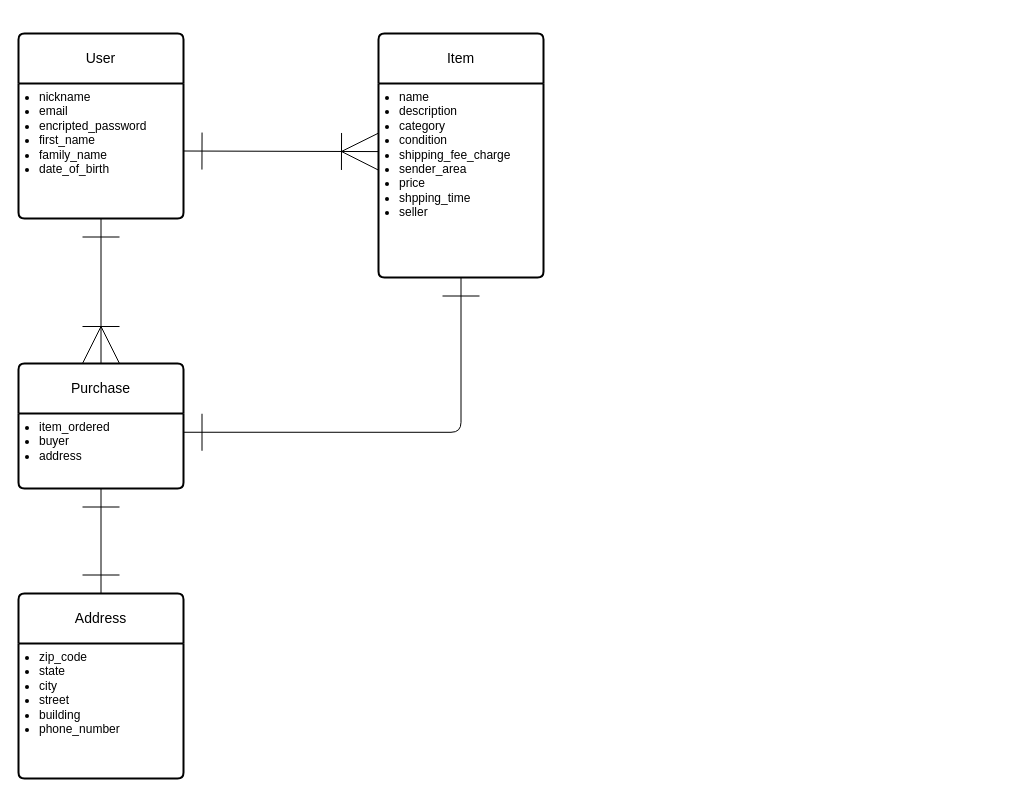
Above: furima.dio in origami-eng/furima-42544 (draw.io), before the change. Source tidied: cells renumbered, new cells numbered last; positions are measured from the earlier drawing's top-left corner, leaving out a move shared by most shapes. Both pictures are drawn from the tidied source at 100%, with x=0, y=0 at pixel (18, 33).
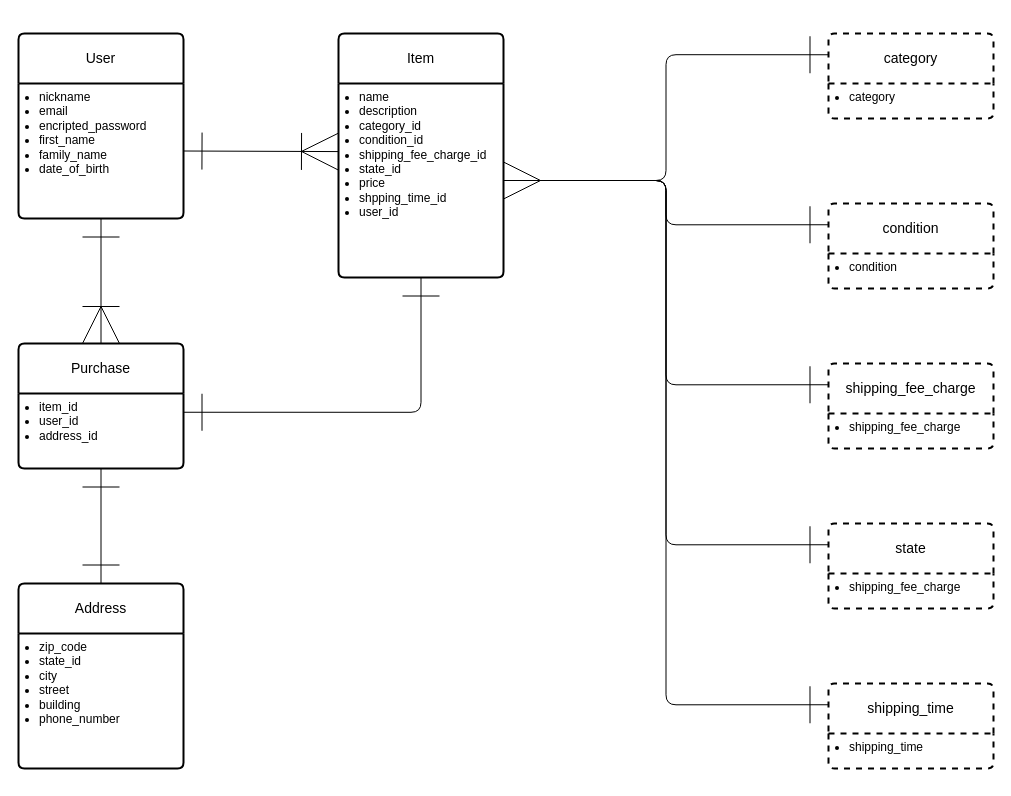
The same page after the edit.

Change to the diagram source:
```diff
@@
     <mxCell id="4" value="Item" style="swimlane;horizontal=1;startSize=50;rounded=1;fontSize=14;fontStyle=0;strokeWidth=2;shadow=0;dashed=0;align=center;arcSize=4;html=1;whiteSpace=wrap;labelBackgroundColor=none;fixDash=0;" parent="1" vertex="1">
-      <mxGeometry x="360" width="165" height="244" as="geometry" />
+      <mxGeometry x="320" width="165" height="244" as="geometry" />
     </mxCell>
-    <mxCell id="5" value="&lt;ul style=&quot;padding-left: 15px; margin-top: 0px;&quot;&gt;&lt;li&gt;&lt;font style=&quot;color: rgb(0, 0, 0);&quot;&gt;name&lt;/font&gt;&lt;/li&gt;&lt;li&gt;&lt;font style=&quot;color: rgb(0, 0, 0);&quot;&gt;description&lt;/font&gt;&lt;/li&gt;&lt;li&gt;&lt;font style=&quot;color: rgb(0, 0, 0);&quot;&gt;category&lt;/font&gt;&lt;/li&gt;&lt;li&gt;&lt;font style=&quot;color: rgb(0, 0, 0);&quot;&gt;condition&lt;/font&gt;&lt;/li&gt;&lt;li&gt;&lt;font style=&quot;color: rgb(0, 0, 0);&quot;&gt;shipping_fee_charge&lt;/font&gt;&lt;/li&gt;&lt;li&gt;&lt;font style=&quot;color: rgb(0, 0, 0);&quot;&gt;sender_area&lt;/font&gt;&lt;/li&gt;&lt;li&gt;&lt;font style=&quot;color: rgb(0, 0, 0);&quot;&gt;price&lt;/font&gt;&lt;/li&gt;&lt;li&gt;&lt;font style=&quot;color: rgb(0, 0, 0);&quot;&gt;shpping_time&lt;/font&gt;&lt;/li&gt;&lt;li&gt;&lt;font style=&quot;color: rgb(0, 0, 0);&quot;&gt;seller&lt;/font&gt;&lt;/li&gt;&lt;/ul&gt;" style="align=left;strokeColor=none;fillColor=none;spacingLeft=4;fontSize=12;verticalAlign=top;html=1;" parent="4" vertex="1">
+    <mxCell id="5" value="&lt;ul style=&quot;padding-left: 15px; margin-top: 0px;&quot;&gt;&lt;li&gt;&lt;font style=&quot;color: rgb(0, 0, 0);&quot;&gt;name&lt;/font&gt;&lt;/li&gt;&lt;li&gt;&lt;font style=&quot;color: rgb(0, 0, 0);&quot;&gt;description&lt;/font&gt;&lt;/li&gt;&lt;li&gt;&lt;font style=&quot;color: rgb(0, 0, 0);&quot;&gt;category_id&lt;/font&gt;&lt;/li&gt;&lt;li&gt;&lt;font style=&quot;color: rgb(0, 0, 0);&quot;&gt;condition_id&lt;/font&gt;&lt;/li&gt;&lt;li&gt;&lt;font style=&quot;color: rgb(0, 0, 0);&quot;&gt;shipping_fee_charge_id&lt;/font&gt;&lt;/li&gt;&lt;li&gt;&lt;font style=&quot;color: rgb(0, 0, 0);&quot;&gt;state_id&lt;/font&gt;&lt;/li&gt;&lt;li&gt;&lt;font style=&quot;color: rgb(0, 0, 0);&quot;&gt;price&lt;/font&gt;&lt;/li&gt;&lt;li&gt;&lt;font style=&quot;color: rgb(0, 0, 0);&quot;&gt;shpping_time_id&lt;/font&gt;&lt;/li&gt;&lt;li&gt;&lt;font style=&quot;color: rgb(0, 0, 0);&quot;&gt;user_id&lt;/font&gt;&lt;/li&gt;&lt;/ul&gt;" style="align=left;strokeColor=none;fillColor=none;spacingLeft=4;fontSize=12;verticalAlign=top;html=1;" parent="4" vertex="1">
       <mxGeometry y="50" width="165" height="194" as="geometry" />
     </mxCell>
     <mxCell id="6" value="Purchase" style="swimlane;horizontal=1;startSize=50;rounded=1;fontSize=14;fontStyle=0;strokeWidth=2;shadow=0;dashed=0;align=center;arcSize=4;html=1;whiteSpace=wrap;labelBackgroundColor=none;fixDash=0;" parent="1" vertex="1">
-      <mxGeometry y="330" width="165" height="125" as="geometry" />
+      <mxGeometry y="310" width="165" height="125" as="geometry" />
     </mxCell>
-    <mxCell id="7" value="&lt;ul style=&quot;padding-left: 15px; margin-top: 0px;&quot;&gt;&lt;li&gt;&lt;font color=&quot;#000000&quot;&gt;item_ordered&lt;/font&gt;&lt;/li&gt;&lt;li&gt;&lt;font color=&quot;#000000&quot;&gt;buyer&lt;/font&gt;&lt;/li&gt;&lt;li&gt;&lt;font style=&quot;color: rgb(0, 0, 0);&quot;&gt;address&lt;/font&gt;&lt;/li&gt;&lt;/ul&gt;" style="align=left;strokeColor=none;fillColor=none;spacingLeft=4;fontSize=12;verticalAlign=top;html=1;" parent="6" vertex="1">
+    <mxCell id="7" value="&lt;ul style=&quot;padding-left: 15px; margin-top: 0px;&quot;&gt;&lt;li&gt;&lt;font color=&quot;#000000&quot;&gt;item_id&lt;/font&gt;&lt;/li&gt;&lt;li&gt;&lt;font color=&quot;#000000&quot;&gt;user_id&lt;/font&gt;&lt;/li&gt;&lt;li&gt;&lt;font style=&quot;color: rgb(0, 0, 0);&quot;&gt;address_id&lt;/font&gt;&lt;/li&gt;&lt;/ul&gt;" style="align=left;strokeColor=none;fillColor=none;spacingLeft=4;fontSize=12;verticalAlign=top;html=1;" parent="6" vertex="1">
       <mxGeometry y="50" width="165" height="75" as="geometry" />
     </mxCell>
     <mxCell id="8" value="Address" style="swimlane;horizontal=1;startSize=50;rounded=1;fontSize=14;fontStyle=0;strokeWidth=2;shadow=0;dashed=0;align=center;arcSize=4;html=1;whiteSpace=wrap;labelBackgroundColor=none;fixDash=0;" parent="1" vertex="1">
-      <mxGeometry y="560" width="165" height="185" as="geometry" />
+      <mxGeometry y="550" width="165" height="185" as="geometry" />
     </mxCell>
-    <mxCell id="9" value="&lt;ul style=&quot;padding-left: 15px; margin-top: 0px;&quot;&gt;&lt;li&gt;&lt;span style=&quot;background-color: transparent;&quot;&gt;&lt;font color=&quot;#000000&quot;&gt;zip_code&lt;/font&gt;&lt;/span&gt;&lt;/li&gt;&lt;li&gt;&lt;font style=&quot;color: rgb(0, 0, 0);&quot;&gt;state&lt;/font&gt;&lt;/li&gt;&lt;li&gt;&lt;font style=&quot;color: rgb(0, 0, 0);&quot;&gt;city&lt;/font&gt;&lt;/li&gt;&lt;li&gt;&lt;font style=&quot;color: rgb(0, 0, 0);&quot;&gt;street&lt;/font&gt;&lt;/li&gt;&lt;li&gt;&lt;font style=&quot;color: rgb(0, 0, 0);&quot;&gt;building&lt;/font&gt;&lt;/li&gt;&lt;li&gt;&lt;font style=&quot;color: rgb(0, 0, 0);&quot;&gt;phone_number&lt;/font&gt;&lt;/li&gt;&lt;/ul&gt;" style="align=left;strokeColor=none;fillColor=none;spacingLeft=4;fontSize=12;verticalAlign=top;html=1;" parent="8" vertex="1">
+    <mxCell id="9" value="&lt;ul style=&quot;padding-left: 15px; margin-top: 0px;&quot;&gt;&lt;li&gt;&lt;span style=&quot;background-color: transparent;&quot;&gt;&lt;font color=&quot;#000000&quot;&gt;zip_code&lt;/font&gt;&lt;/span&gt;&lt;/li&gt;&lt;li&gt;&lt;font style=&quot;color: rgb(0, 0, 0);&quot;&gt;state_id&lt;/font&gt;&lt;/li&gt;&lt;li&gt;&lt;font style=&quot;color: rgb(0, 0, 0);&quot;&gt;city&lt;/font&gt;&lt;/li&gt;&lt;li&gt;&lt;font style=&quot;color: rgb(0, 0, 0);&quot;&gt;street&lt;/font&gt;&lt;/li&gt;&lt;li&gt;&lt;font style=&quot;color: rgb(0, 0, 0);&quot;&gt;building&lt;/font&gt;&lt;/li&gt;&lt;li&gt;&lt;font style=&quot;color: rgb(0, 0, 0);&quot;&gt;phone_number&lt;/font&gt;&lt;/li&gt;&lt;/ul&gt;" style="align=left;strokeColor=none;fillColor=none;spacingLeft=4;fontSize=12;verticalAlign=top;html=1;" parent="8" vertex="1">
       <mxGeometry y="50" width="165" height="135" as="geometry" />
     </mxCell>
@@
+    <mxCell id="14" value="category" style="swimlane;horizontal=1;startSize=50;rounded=1;fontSize=14;fontStyle=0;strokeWidth=2;shadow=0;dashed=1;align=center;arcSize=4;html=1;whiteSpace=wrap;labelBackgroundColor=none;fixDash=0;" parent="1" vertex="1">
+      <mxGeometry x="810" width="165" height="85" as="geometry" />
+    </mxCell>
+    <mxCell id="15" value="&lt;ul style=&quot;padding-left: 15px; margin-top: 0px;&quot;&gt;&lt;li&gt;&lt;font color=&quot;#000000&quot;&gt;category&lt;/font&gt;&lt;/li&gt;&lt;/ul&gt;" style="align=left;strokeColor=none;fillColor=none;spacingLeft=4;fontSize=12;verticalAlign=top;html=1;" parent="14" vertex="1">
+      <mxGeometry y="50" width="165" height="35" as="geometry" />
+    </mxCell>
+    <mxCell id="16" style="edgeStyle=orthogonalEdgeStyle;html=1;exitX=0;exitY=0.25;exitDx=0;exitDy=0;entryX=1;entryY=0.5;entryDx=0;entryDy=0;endArrow=none;endFill=0;startArrow=ERone;startFill=0;endSize=6;startSize=35;" parent="1" edge="1" source="17" target="5">
+      <mxGeometry relative="1" as="geometry" />
+    </mxCell>
+    <mxCell id="17" value="condition" style="swimlane;horizontal=1;startSize=50;rounded=1;fontSize=14;fontStyle=0;strokeWidth=2;shadow=0;dashed=1;align=center;arcSize=4;html=1;whiteSpace=wrap;labelBackgroundColor=none;fixDash=0;" parent="1" vertex="1">
+      <mxGeometry x="810" y="170" width="165" height="85" as="geometry" />
+    </mxCell>
+    <mxCell id="18" value="&lt;ul style=&quot;padding-left: 15px; margin-top: 0px;&quot;&gt;&lt;li&gt;&lt;font color=&quot;#000000&quot;&gt;condition&lt;/font&gt;&lt;/li&gt;&lt;/ul&gt;" style="align=left;strokeColor=none;fillColor=none;spacingLeft=4;fontSize=12;verticalAlign=top;html=1;" parent="17" vertex="1">
+      <mxGeometry y="50" width="165" height="35" as="geometry" />
+    </mxCell>
+    <mxCell id="19" style="edgeStyle=orthogonalEdgeStyle;html=1;exitX=0;exitY=0.25;exitDx=0;exitDy=0;entryX=1;entryY=0.5;entryDx=0;entryDy=0;endArrow=none;endFill=0;startSize=35;startArrow=ERone;startFill=0;" parent="1" edge="1" source="20" target="5">
+      <mxGeometry relative="1" as="geometry" />
+    </mxCell>
+    <mxCell id="20" value="shipping_fee_charge" style="swimlane;horizontal=1;startSize=50;rounded=1;fontSize=14;fontStyle=0;strokeWidth=2;shadow=0;dashed=1;align=center;arcSize=4;html=1;whiteSpace=wrap;labelBackgroundColor=none;fixDash=0;" parent="1" vertex="1">
+      <mxGeometry x="810" y="330" width="165" height="85" as="geometry" />
+    </mxCell>
+    <mxCell id="21" value="&lt;ul style=&quot;padding-left: 15px; margin-top: 0px;&quot;&gt;&lt;li&gt;&lt;font color=&quot;#000000&quot;&gt;shipping_fee_charge&lt;/font&gt;&lt;/li&gt;&lt;/ul&gt;" style="align=left;strokeColor=none;fillColor=none;spacingLeft=4;fontSize=12;verticalAlign=top;html=1;" parent="20" vertex="1">
+      <mxGeometry y="50" width="165" height="35" as="geometry" />
+    </mxCell>
+    <mxCell id="22" style="edgeStyle=orthogonalEdgeStyle;html=1;exitX=0;exitY=0.25;exitDx=0;exitDy=0;entryX=1;entryY=0.5;entryDx=0;entryDy=0;endArrow=none;endFill=0;startArrow=ERone;startFill=0;startSize=35;" parent="1" edge="1" source="23" target="5">
+      <mxGeometry relative="1" as="geometry" />
+    </mxCell>
+    <mxCell id="23" value="state" style="swimlane;horizontal=1;startSize=50;rounded=1;fontSize=14;fontStyle=0;strokeWidth=2;shadow=0;dashed=1;align=center;arcSize=4;html=1;whiteSpace=wrap;labelBackgroundColor=none;fixDash=0;" parent="1" vertex="1">
+      <mxGeometry x="810" y="490" width="165" height="85" as="geometry" />
+    </mxCell>
+    <mxCell id="24" value="&lt;ul style=&quot;padding-left: 15px; margin-top: 0px;&quot;&gt;&lt;li&gt;&lt;font color=&quot;#000000&quot;&gt;shipping_fee_charge&lt;/font&gt;&lt;/li&gt;&lt;/ul&gt;" style="align=left;strokeColor=none;fillColor=none;spacingLeft=4;fontSize=12;verticalAlign=top;html=1;" parent="23" vertex="1">
+      <mxGeometry y="50" width="165" height="35" as="geometry" />
+    </mxCell>
+    <mxCell id="25" style="edgeStyle=orthogonalEdgeStyle;html=1;exitX=0;exitY=0.25;exitDx=0;exitDy=0;entryX=1;entryY=0.5;entryDx=0;entryDy=0;endArrow=none;endFill=0;startArrow=ERone;startFill=0;startSize=35;" parent="1" edge="1" source="26" target="5">
+      <mxGeometry relative="1" as="geometry" />
+    </mxCell>
+    <mxCell id="26" value="shipping_time" style="swimlane;horizontal=1;startSize=50;rounded=1;fontSize=14;fontStyle=0;strokeWidth=2;shadow=0;dashed=1;align=center;arcSize=4;html=1;whiteSpace=wrap;labelBackgroundColor=none;fixDash=0;" parent="1" vertex="1">
+      <mxGeometry x="810" y="650" width="165" height="85" as="geometry" />
+    </mxCell>
+    <mxCell id="27" value="&lt;ul style=&quot;padding-left: 15px; margin-top: 0px;&quot;&gt;&lt;li&gt;&lt;font color=&quot;#000000&quot;&gt;shipping_time&lt;/font&gt;&lt;/li&gt;&lt;/ul&gt;" style="align=left;strokeColor=none;fillColor=none;spacingLeft=4;fontSize=12;verticalAlign=top;html=1;" parent="26" vertex="1">
+      <mxGeometry y="50" width="165" height="35" as="geometry" />
+    </mxCell>
+    <mxCell id="28" style="edgeStyle=orthogonalEdgeStyle;html=1;exitX=0;exitY=0.25;exitDx=0;exitDy=0;startArrow=ERone;startFill=0;sourcePerimeterSpacing=0;endSize=35;endArrow=ERmany;endFill=0;startSize=35;entryX=1;entryY=0.5;entryDx=0;entryDy=0;" parent="1" edge="1" source="14" target="5">
+      <mxGeometry relative="1" as="geometry" />
+    </mxCell>
```
